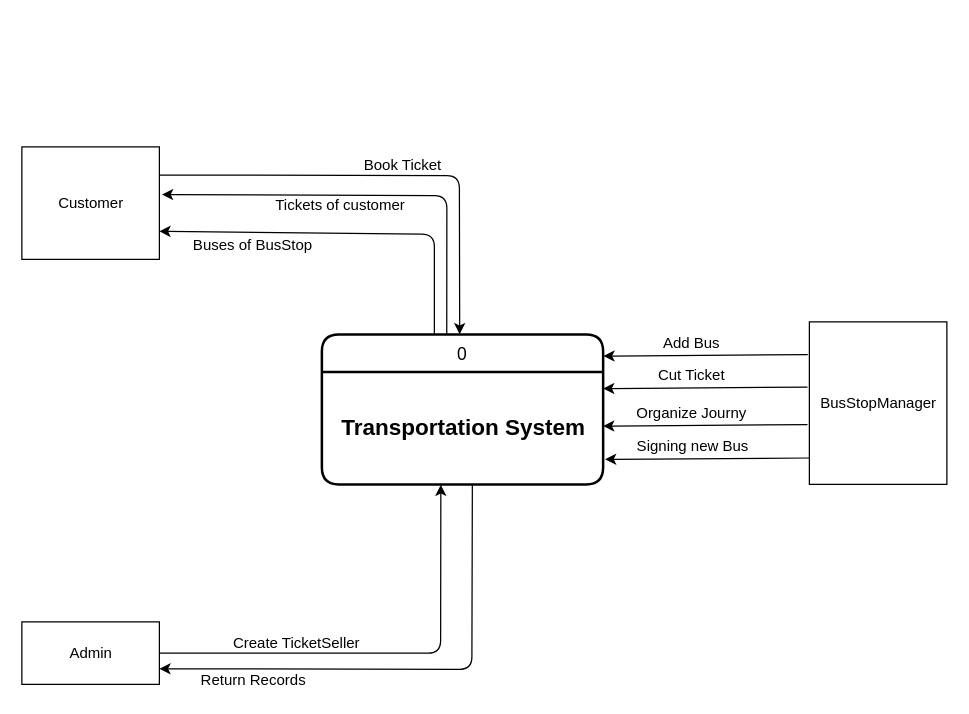
The draw.io diagram Diagrams/Project/Dfd-Context-Level-Diagram.drawio in amr1234567/TransportationSystem, before the edit. Source tidied: cells renumbered, new cells numbered last; positions are measured from the earlier drawing's top-left corner, leaving out a move shared by most shapes. Both pictures are drawn from the tidied source at 125%, with x=0, y=0 at pixel (21, 146).
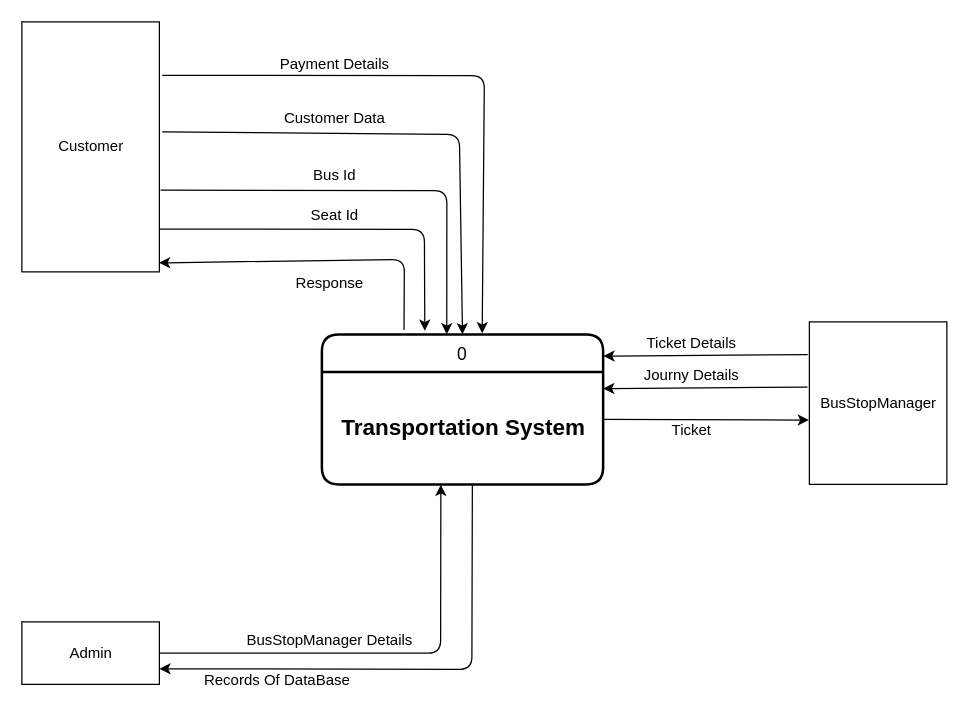
After the change.

Commit message (it also covers changes not shown here):
Finish Level 0 and level 1

The change refers to these unchanged cells:
```xml
<mxCell id="3" value="BusStopManager" style="html=1;" parent="1" vertex="1">
  <mxGeometry x="630" y="140" width="110" height="130" as="geometry" />
</mxCell>
<mxCell id="5" value="0" style="swimlane;horizontal=1;startSize=30;rounded=1;fontSize=14;fontStyle=0;strokeWidth=2;shadow=0;dashed=0;align=center;" parent="1" vertex="1">
  <mxGeometry x="240" y="150" width="225" height="120" as="geometry" />
</mxCell>
<mxCell id="6" value="&lt;b&gt;&lt;font style=&quot;font-size: 18px;&quot;&gt;Transportation System&lt;/font&gt;&lt;/b&gt;" style="text;html=1;align=center;verticalAlign=middle;points=[];strokeColor=none;fillColor=none;" parent="5" vertex="1">
  <mxGeometry y="30" width="225" height="90" as="geometry" />
</mxCell>
```

Change to the diagram source:
```diff
@@
     <mxCell id="2" value="Customer" style="html=1;" parent="1" vertex="1">
-      <mxGeometry width="110" height="90" as="geometry" />
+      <mxGeometry y="-100" width="110" height="200" as="geometry" />
     </mxCell>
@@
-    <mxCell id="8" value="&lt;font style=&quot;font-size: 12px;&quot;&gt;Create TicketSeller&lt;/font&gt;" style="text;html=1;strokeColor=none;fillColor=none;align=center;verticalAlign=middle;whiteSpace=wrap;rounded=0;fontSize=18;" parent="1" vertex="1">
-      <mxGeometry x="160" y="390" width="120" height="10" as="geometry" />
-    </mxCell>
@@
-    <mxCell id="10" value="&lt;font style=&quot;font-size: 12px;&quot;&gt;Return Records&lt;/font&gt;" style="text;html=1;strokeColor=none;fillColor=none;align=center;verticalAlign=middle;whiteSpace=wrap;rounded=0;fontSize=18;" parent="1" vertex="1">
-      <mxGeometry x="138.8" y="420" width="92.5" height="10" as="geometry" />
+    <mxCell id="10" value="&lt;font style=&quot;font-size: 12px;&quot;&gt;Records Of DataBase&lt;/font&gt;" style="text;html=1;strokeColor=none;fillColor=none;align=center;verticalAlign=middle;whiteSpace=wrap;rounded=0;fontSize=18;" parent="1" vertex="1">
+      <mxGeometry x="138.8" y="420" width="131.2" height="10" as="geometry" />
     </mxCell>
-    <mxCell id="11" style="endArrow=classic;html=1;fontSize=12;exitX=1;exitY=0.25;exitDx=0;exitDy=0;entryX=0.49;entryY=0;entryDx=0;entryDy=0;entryPerimeter=0;" parent="1" edge="1" source="2" target="5">
-      <mxGeometry relative="1" as="geometry">
-        <Array as="points">
-          <mxPoint x="350" y="23" />
-        </Array>
-      </mxGeometry>
-    </mxCell>
-    <mxCell id="12" value="&lt;font style=&quot;font-size: 12px;&quot;&gt;Book Ticket&lt;/font&gt;" style="text;html=1;strokeColor=none;fillColor=none;align=center;verticalAlign=middle;whiteSpace=wrap;rounded=0;fontSize=18;" parent="1" vertex="1">
-      <mxGeometry x="250" y="8" width="110" height="10" as="geometry" />
-    </mxCell>
-    <mxCell id="13" style="endArrow=classic;html=1;fontSize=12;entryX=1.019;entryY=0.423;entryDx=0;entryDy=0;entryPerimeter=0;exitX=0.444;exitY=0;exitDx=0;exitDy=0;exitPerimeter=0;" parent="1" edge="1" source="5" target="2">
-      <mxGeometry relative="1" as="geometry">
-        <Array as="points">
-          <mxPoint x="340" y="39" />
-        </Array>
-      </mxGeometry>
-    </mxCell>
-    <mxCell id="14" value="&lt;span style=&quot;font-size: 12px;&quot;&gt;Tickets of customer&lt;/span&gt;" style="text;html=1;strokeColor=none;fillColor=none;align=center;verticalAlign=middle;whiteSpace=wrap;rounded=0;fontSize=18;" parent="1" vertex="1">
-      <mxGeometry x="200" y="40" width="110" height="10" as="geometry" />
-    </mxCell>
-    <mxCell id="15" style="endArrow=classic;html=1;fontSize=12;entryX=1;entryY=0.75;entryDx=0;entryDy=0;" parent="1" edge="1" target="2">
-      <mxGeometry relative="1" as="geometry">
-        <mxPoint x="330" y="150" as="sourcePoint" />
-        <Array as="points">
-          <mxPoint x="330" y="70" />
-        </Array>
-      </mxGeometry>
-    </mxCell>
-    <mxCell id="16" value="&lt;span style=&quot;font-size: 12px;&quot;&gt;Buses of BusStop&lt;/span&gt;" style="text;html=1;strokeColor=none;fillColor=none;align=center;verticalAlign=middle;whiteSpace=wrap;rounded=0;fontSize=18;" parent="1" vertex="1">
-      <mxGeometry x="130" y="70" width="110" height="13.4" as="geometry" />
-    </mxCell>
@@
-    <mxCell id="18" value="&lt;font style=&quot;font-size: 12px;&quot;&gt;Add Bus&lt;/font&gt;" style="text;html=1;strokeColor=none;fillColor=none;align=center;verticalAlign=middle;whiteSpace=wrap;rounded=0;fontSize=18;" parent="1" vertex="1">
+    <mxCell id="18" value="&lt;font style=&quot;font-size: 12px;&quot;&gt;Ticket Details&lt;/font&gt;" style="text;html=1;strokeColor=none;fillColor=none;align=center;verticalAlign=middle;whiteSpace=wrap;rounded=0;fontSize=18;" parent="1" vertex="1">
       <mxGeometry x="481" y="150" width="110" height="10" as="geometry" />
     </mxCell>
@@
-    <mxCell id="20" value="&lt;font style=&quot;font-size: 12px;&quot;&gt;Cut Ticket&lt;/font&gt;" style="text;html=1;strokeColor=none;fillColor=none;align=center;verticalAlign=middle;whiteSpace=wrap;rounded=0;fontSize=18;" parent="1" vertex="1">
+    <mxCell id="20" value="&lt;font style=&quot;font-size: 12px;&quot;&gt;Journy Details&lt;/font&gt;" style="text;html=1;strokeColor=none;fillColor=none;align=center;verticalAlign=middle;whiteSpace=wrap;rounded=0;fontSize=18;" parent="1" vertex="1">
       <mxGeometry x="480.8" y="176" width="110" height="10" as="geometry" />
     </mxCell>
-    <mxCell id="21" style="endArrow=classic;html=1;fontSize=18;exitX=-0.012;exitY=0.361;exitDx=0;exitDy=0;exitPerimeter=0;entryX=1.001;entryY=0.178;entryDx=0;entryDy=0;entryPerimeter=0;" parent="1" edge="1">
-      <mxGeometry relative="1" as="geometry">
-        <mxPoint x="628.5" y="222.2" as="sourcePoint" />
-        <mxPoint x="465" y="223.4" as="targetPoint" />
-      </mxGeometry>
-    </mxCell>
-    <mxCell id="22" value="&lt;font style=&quot;font-size: 12px;&quot;&gt;Organize Journy&lt;/font&gt;" style="text;html=1;strokeColor=none;fillColor=none;align=center;verticalAlign=middle;whiteSpace=wrap;rounded=0;fontSize=18;" parent="1" vertex="1">
-      <mxGeometry x="480.8" y="206" width="110" height="10" as="geometry" />
-    </mxCell>
-    <mxCell id="23" style="endArrow=classic;html=1;fontSize=18;exitX=-0.012;exitY=0.361;exitDx=0;exitDy=0;exitPerimeter=0;entryX=1.001;entryY=0.178;entryDx=0;entryDy=0;entryPerimeter=0;" parent="1" edge="1">
-      <mxGeometry relative="1" as="geometry">
-        <mxPoint x="630" y="248.9" as="sourcePoint" />
-        <mxPoint x="466.5" y="250" as="targetPoint" />
-      </mxGeometry>
-    </mxCell>
-    <mxCell id="24" value="&lt;span style=&quot;font-size: 12px;&quot;&gt;Signing new Bus&lt;/span&gt;" style="text;html=1;strokeColor=none;fillColor=none;align=center;verticalAlign=middle;whiteSpace=wrap;rounded=0;fontSize=18;" parent="1" vertex="1">
-      <mxGeometry x="482.3" y="232.6" width="110" height="10" as="geometry" />
-    </mxCell>
+    <mxCell id="25" style="edgeStyle=none;html=1;exitX=1.021;exitY=0.44;exitDx=0;exitDy=0;entryX=0.5;entryY=0;entryDx=0;entryDy=0;exitPerimeter=0;" parent="1" edge="1" source="2" target="5">
+      <mxGeometry relative="1" as="geometry">
+        <Array as="points">
+          <mxPoint x="350" y="-10" />
+        </Array>
+      </mxGeometry>
+    </mxCell>
+    <mxCell id="26" value="&lt;font style=&quot;font-size: 12px;&quot;&gt;Customer Data&lt;/font&gt;" style="text;html=1;align=center;verticalAlign=middle;strokeColor=none;fillColor=none;fontSize=24;" parent="1" vertex="1">
+      <mxGeometry x="200" y="-47" width="100" height="40" as="geometry" />
+    </mxCell>
+    <mxCell id="27" style="edgeStyle=none;html=1;exitX=1.009;exitY=0.673;exitDx=0;exitDy=0;entryX=0.444;entryY=0;entryDx=0;entryDy=0;exitPerimeter=0;entryPerimeter=0;" parent="1" edge="1" source="2" target="5">
+      <mxGeometry relative="1" as="geometry">
+        <Array as="points">
+          <mxPoint x="340" y="35" />
+        </Array>
+      </mxGeometry>
+    </mxCell>
+    <mxCell id="28" value="&lt;span style=&quot;font-size: 12px;&quot;&gt;Bus Id&lt;/span&gt;" style="text;html=1;align=center;verticalAlign=middle;strokeColor=none;fillColor=none;fontSize=24;" parent="1" vertex="1">
+      <mxGeometry x="220" y="-1" width="60" height="40" as="geometry" />
+    </mxCell>
+    <mxCell id="29" style="edgeStyle=none;html=1;exitX=0.997;exitY=0.829;exitDx=0;exitDy=0;entryX=0.366;entryY=-0.024;entryDx=0;entryDy=0;exitPerimeter=0;entryPerimeter=0;" parent="1" edge="1" source="2" target="5">
+      <mxGeometry relative="1" as="geometry">
+        <Array as="points">
+          <mxPoint x="322" y="66" />
+        </Array>
+      </mxGeometry>
+    </mxCell>
+    <mxCell id="30" value="&lt;span style=&quot;font-size: 12px;&quot;&gt;Seat Id&lt;/span&gt;" style="text;html=1;align=center;verticalAlign=middle;strokeColor=none;fillColor=none;fontSize=24;" parent="1" vertex="1">
+      <mxGeometry x="220" y="31" width="60" height="40" as="geometry" />
+    </mxCell>
+    <mxCell id="13" style="endArrow=classic;html=1;fontSize=18;exitX=0.292;exitY=-0.029;exitDx=0;exitDy=0;exitPerimeter=0;entryX=0.997;entryY=0.964;entryDx=0;entryDy=0;entryPerimeter=0;" parent="1" edge="1" source="5" target="2">
+      <mxGeometry relative="1" as="geometry">
+        <Array as="points">
+          <mxPoint x="306" y="90" />
+        </Array>
+      </mxGeometry>
+    </mxCell>
+    <mxCell id="31" value="&lt;font style=&quot;font-size: 12px;&quot;&gt;Response&lt;/font&gt;" style="text;html=1;align=center;verticalAlign=middle;strokeColor=none;fillColor=none;fontSize=24;" parent="1" vertex="1">
+      <mxGeometry x="205.7" y="84.5" width="80" height="40" as="geometry" />
+    </mxCell>
+    <mxCell id="32" style="edgeStyle=none;html=1;exitX=1.021;exitY=0.214;exitDx=0;exitDy=0;entryX=0.57;entryY=-0.007;entryDx=0;entryDy=0;exitPerimeter=0;entryPerimeter=0;" parent="1" edge="1" source="2" target="5">
+      <mxGeometry relative="1" as="geometry">
+        <Array as="points">
+          <mxPoint x="370" y="-57" />
+        </Array>
+      </mxGeometry>
+    </mxCell>
+    <mxCell id="33" value="&lt;font style=&quot;font-size: 12px;&quot;&gt;Payment Details&lt;/font&gt;" style="text;html=1;align=center;verticalAlign=middle;strokeColor=none;fillColor=none;fontSize=24;" parent="1" vertex="1">
+      <mxGeometry x="195" y="-90" width="110" height="40" as="geometry" />
+    </mxCell>
+    <mxCell id="34" value="BusStopManager Details" style="text;html=1;align=center;verticalAlign=middle;strokeColor=none;fillColor=none;fontSize=12;" parent="1" vertex="1">
+      <mxGeometry x="165.7" y="380" width="160" height="30" as="geometry" />
+    </mxCell>
+    <mxCell id="35" style="endArrow=classic;html=1;fontSize=18;exitX=0.999;exitY=0.423;exitDx=0;exitDy=0;exitPerimeter=0;entryX=-0.003;entryY=0.604;entryDx=0;entryDy=0;entryPerimeter=0;" parent="1" edge="1" source="6" target="3">
+      <mxGeometry relative="1" as="geometry" />
+    </mxCell>
+    <mxCell id="36" value="&lt;font style=&quot;font-size: 12px;&quot;&gt;Ticket&lt;/font&gt;" style="text;html=1;strokeColor=none;fillColor=none;align=center;verticalAlign=middle;whiteSpace=wrap;rounded=0;fontSize=18;" parent="1" vertex="1">
+      <mxGeometry x="480.8" y="220" width="110" height="10" as="geometry" />
+    </mxCell>
```
